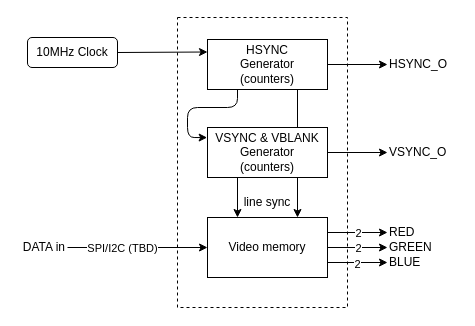
Above: diagrams/block.drawio in fred-corp/TinyVideocard (draw.io), before the change. Source tidied: cells renumbered, new cells numbered last; positions are measured from the earlier drawing's top-left corner, leaving out a move shared by most shapes. Both pictures are drawn from the tidied source at 100%, with x=0, y=0 at pixel (17, 17).
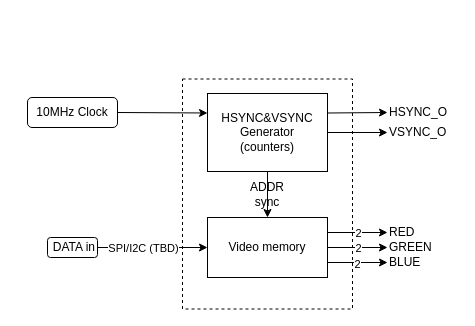
Above is the later version.

Commit message (it also covers changes not shown here):
updated block diagram

Unchanged cells that the change refers to:
```xml
<mxCell id="22" value="Video memory" style="rounded=0;whiteSpace=wrap;html=1;" parent="1" vertex="1">
  <mxGeometry x="190" y="200" width="120" height="60" as="geometry" />
</mxCell>
```

The edit, as a diff of the source:
```diff
@@
     <mxCell id="2" style="rounded=0;whiteSpace=wrap;html=1;dashed=1;" parent="1" vertex="1">
-      <mxGeometry x="160" width="170" height="290" as="geometry" />
+      <mxGeometry x="165" y="61.5" width="170" height="230" as="geometry" />
     </mxCell>
-    <mxCell id="3" style="edgeStyle=none;html=1;exitX=0.25;exitY=1;exitDx=0;exitDy=0;entryX=-0.003;entryY=0.202;entryDx=0;entryDy=0;entryPerimeter=0;" parent="1" edge="1" target="11">
-      <mxGeometry relative="1" as="geometry">
-        <mxPoint x="220" y="72" as="sourcePoint" />
-        <Array as="points">
-          <mxPoint x="220" y="90" />
-          <mxPoint x="170" y="90" />
-          <mxPoint x="170" y="120" />
-        </Array>
-      </mxGeometry>
-    </mxCell>
-    <mxCell id="4" style="edgeStyle=none;html=1;exitX=1;exitY=0.5;exitDx=0;exitDy=0;entryX=0;entryY=0.5;entryDx=0;entryDy=0;" parent="1" edge="1" source="6" target="12">
+    <mxCell id="4" style="edgeStyle=none;html=1;exitX=1;exitY=0.25;exitDx=0;exitDy=0;entryX=0;entryY=0.5;entryDx=0;entryDy=0;" parent="1" edge="1" source="6" target="12">
       <mxGeometry relative="1" as="geometry" />
     </mxCell>
-    <mxCell id="5" style="edgeStyle=none;html=1;exitX=0.75;exitY=1;exitDx=0;exitDy=0;entryX=0.75;entryY=0;entryDx=0;entryDy=0;" parent="1" edge="1" source="6" target="22">
-      <mxGeometry relative="1" as="geometry" />
-    </mxCell>
-    <mxCell id="6" value="HSYNC&lt;br&gt;Generator&lt;br&gt;(counters)" style="rounded=0;whiteSpace=wrap;html=1;" parent="1" vertex="1">
-      <mxGeometry x="190" y="22" width="120" height="50" as="geometry" />
+    <mxCell id="6" value="HSYNC&amp;amp;VSYNC&lt;br&gt;Generator&lt;br&gt;(counters)" style="rounded=0;whiteSpace=wrap;html=1;" parent="1" vertex="1">
+      <mxGeometry x="190" y="76" width="120" height="78" as="geometry" />
     </mxCell>
@@
     <mxCell id="8" value="10MHz Clock" style="rounded=1;whiteSpace=wrap;html=1;" parent="1" vertex="1">
-      <mxGeometry x="10" y="20" width="90" height="30" as="geometry" />
+      <mxGeometry x="10" y="80" width="90" height="30" as="geometry" />
     </mxCell>
-    <mxCell id="9" style="edgeStyle=none;html=1;exitX=1;exitY=0.5;exitDx=0;exitDy=0;" parent="1" edge="1" source="11" target="13">
+    <mxCell id="9" style="edgeStyle=none;html=1;exitX=1;exitY=0.5;exitDx=0;exitDy=0;" parent="1" edge="1" source="6" target="13">
       <mxGeometry relative="1" as="geometry" />
     </mxCell>
-    <mxCell id="10" style="edgeStyle=none;html=1;exitX=0.25;exitY=1;exitDx=0;exitDy=0;entryX=0.25;entryY=0;entryDx=0;entryDy=0;" parent="1" edge="1" source="11" target="22">
+    <mxCell id="10" style="edgeStyle=none;html=1;exitX=0.5;exitY=1;exitDx=0;exitDy=0;entryX=0.5;entryY=0;entryDx=0;entryDy=0;" parent="1" edge="1" source="6" target="22">
       <mxGeometry relative="1" as="geometry" />
     </mxCell>
-    <mxCell id="11" value="VSYNC &amp;amp; VBLANK&lt;br&gt;Generator&lt;br&gt;(counters)" style="rounded=0;whiteSpace=wrap;html=1;" parent="1" vertex="1">
-      <mxGeometry x="190" y="110" width="120" height="50" as="geometry" />
-    </mxCell>
     <mxCell id="12" value="HSYNC_O" style="text;html=1;strokeColor=none;fillColor=none;align=left;verticalAlign=middle;whiteSpace=wrap;rounded=0;" parent="1" vertex="1">
-      <mxGeometry x="370" y="32" width="70" height="30" as="geometry" />
+      <mxGeometry x="370" y="80" width="70" height="30" as="geometry" />
     </mxCell>
     <mxCell id="13" value="VSYNC_O" style="text;html=1;strokeColor=none;fillColor=none;align=left;verticalAlign=middle;whiteSpace=wrap;rounded=0;" parent="1" vertex="1">
-      <mxGeometry x="370" y="120" width="70" height="30" as="geometry" />
+      <mxGeometry x="370" y="100" width="70" height="30" as="geometry" />
     </mxCell>
@@
-    <mxCell id="23" value="line sync" style="text;html=1;strokeColor=none;fillColor=none;align=center;verticalAlign=middle;whiteSpace=wrap;rounded=0;" parent="1" vertex="1">
-      <mxGeometry x="220" y="170" width="60" height="30" as="geometry" />
+    <mxCell id="23" value="ADDR sync" style="text;html=1;strokeColor=none;fillColor=none;align=center;verticalAlign=middle;whiteSpace=wrap;rounded=0;" parent="1" vertex="1">
+      <mxGeometry x="220" y="163" width="60" height="27" as="geometry" />
     </mxCell>
@@
-    <mxCell id="27" value="DATA in" style="text;html=1;strokeColor=none;fillColor=none;align=right;verticalAlign=middle;whiteSpace=wrap;rounded=0;" parent="1" vertex="1">
-      <mxGeometry y="220" width="50" height="20" as="geometry" />
+    <mxCell id="27" value="DATA in" style="text;html=1;strokeColor=default;fillColor=none;align=right;verticalAlign=middle;whiteSpace=wrap;rounded=1;" parent="1" vertex="1">
+      <mxGeometry x="30" y="220" width="50" height="20" as="geometry" />
     </mxCell>
```
